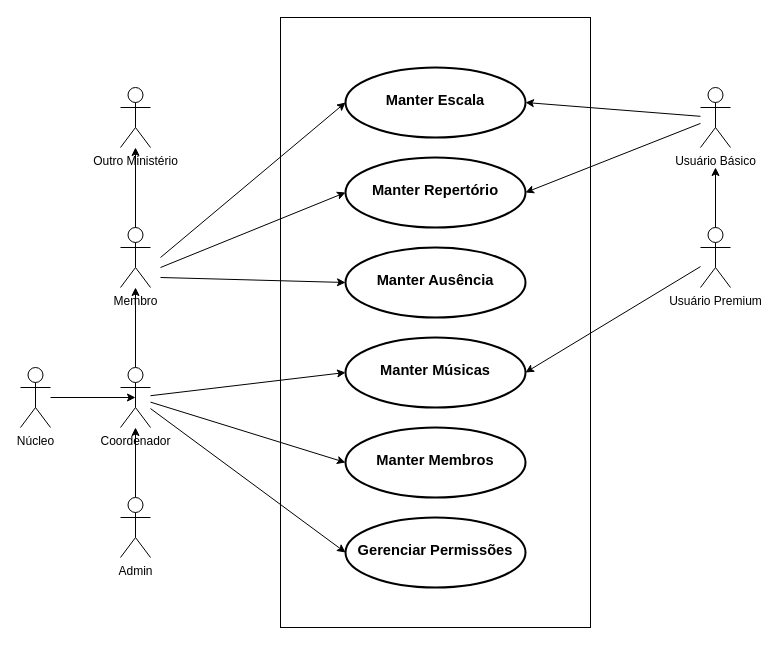
Before: page "Diag. Caso de Uso" (2 of 2) of Diagrama sem nome.drawio in dan-freire/escalamm, a draw.io diagram. Source tidied: cells renumbered, new cells numbered last; positions are measured from the earlier drawing's top-left corner, leaving out a move shared by most shapes. Both pictures are drawn from the tidied source at 100%, with x=0, y=0 at pixel (20, 17).
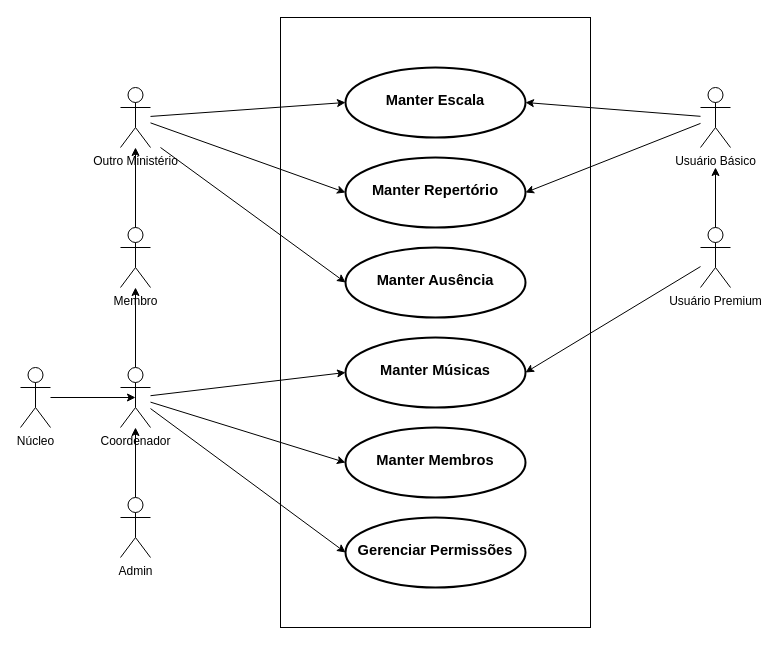
After the change.

Commit message:
Diagrama de casos de uso

Unchanged cells that the change refers to:
```xml
<mxCell id="4" value="Outro Ministério" style="shape=umlActor;verticalLabelPosition=bottom;verticalAlign=top;html=1;" parent="1" vertex="1">
  <mxGeometry x="100" y="70" width="30" height="60" as="geometry" />
</mxCell>
<mxCell id="5" value="&lt;div&gt;&lt;span&gt;&lt;span style=&quot;font-size: 11pt; font-family: Arial, sans-serif; background-color: transparent; font-variant-numeric: normal; font-variant-east-asian: normal; font-variant-alternates: normal; font-variant-position: normal; vertical-align: baseline; white-space-collapse: preserve;&quot;&gt;&lt;b&gt;&lt;br&gt;&lt;/b&gt;&lt;/span&gt;&lt;/span&gt;&lt;/div&gt;&lt;span id=&quot;docs-internal-guid-4b283a77-7fff-520f-def3-82d6183e8cb3&quot;&gt;&lt;span style=&quot;font-size: 11pt; font-family: Arial, sans-serif; background-color: transparent; font-variant-numeric: normal; font-variant-east-asian: normal; font-variant-alternates: normal; font-variant-position: normal; vertical-align: baseline; white-space-collapse: preserve;&quot;&gt;&lt;b&gt;Manter Escala&lt;/b&gt;&lt;/span&gt;&lt;/span&gt;" style="strokeWidth=2;html=1;shape=mxgraph.flowchart.start_1;whiteSpace=wrap;strokeColor=default;align=center;verticalAlign=top;fontFamily=Helvetica;fontSize=12;fontColor=default;fillColor=default;" parent="1" vertex="1">
  <mxGeometry x="325" y="50" width="180" height="70" as="geometry" />
</mxCell>
<mxCell id="6" value="&lt;div&gt;&lt;span&gt;&lt;span style=&quot;font-size: 11pt; font-family: Arial, sans-serif; background-color: transparent; font-variant-numeric: normal; font-variant-east-asian: normal; font-variant-alternates: normal; font-variant-position: normal; vertical-align: baseline; white-space-collapse: preserve;&quot;&gt;&lt;b&gt;&lt;br&gt;&lt;/b&gt;&lt;/span&gt;&lt;/span&gt;&lt;/div&gt;&lt;span id=&quot;docs-internal-guid-4afa85d8-7fff-9e2a-b5e1-b76f4b0d9026&quot;&gt;&lt;span style=&quot;font-size: 11pt; font-family: Arial, sans-serif; background-color: transparent; font-variant-numeric: normal; font-variant-east-asian: normal; font-variant-alternates: normal; font-variant-position: normal; vertical-align: baseline; white-space-collapse: preserve;&quot;&gt;&lt;b&gt;Manter Repertório&lt;/b&gt;&lt;/span&gt;&lt;/span&gt;" style="strokeWidth=2;html=1;shape=mxgraph.flowchart.start_1;whiteSpace=wrap;strokeColor=default;align=center;verticalAlign=top;fontFamily=Helvetica;fontSize=12;fontColor=default;fillColor=default;" parent="1" vertex="1">
  <mxGeometry x="325" y="140" width="180" height="70" as="geometry" />
</mxCell>
<mxCell id="7" value="&lt;div&gt;&lt;span&gt;&lt;span style=&quot;font-size: 11pt; font-family: Arial, sans-serif; background-color: transparent; font-variant-numeric: normal; font-variant-east-asian: normal; font-variant-alternates: normal; font-variant-position: normal; vertical-align: baseline; white-space-collapse: preserve;&quot;&gt;&lt;br&gt;&lt;/span&gt;&lt;/span&gt;&lt;/div&gt;&lt;span id=&quot;docs-internal-guid-e95da2e6-7fff-0710-e30e-2d97cab7f2db&quot;&gt;&lt;span style=&quot;font-size: 11pt; font-family: Arial, sans-serif; background-color: transparent; font-variant-numeric: normal; font-variant-east-asian: normal; font-variant-alternates: normal; font-variant-position: normal; vertical-align: baseline; white-space-collapse: preserve;&quot;&gt;&lt;b&gt;Manter Ausência&lt;/b&gt;&lt;/span&gt;&lt;/span&gt;" style="strokeWidth=2;html=1;shape=mxgraph.flowchart.start_1;whiteSpace=wrap;strokeColor=default;align=center;verticalAlign=top;fontFamily=Helvetica;fontSize=12;fontColor=default;fillColor=default;" parent="1" vertex="1">
  <mxGeometry x="325" y="230" width="180" height="70" as="geometry" />
</mxCell>
```

Change to the diagram source:
```diff
@@
-    <mxCell id="3" style="edgeStyle=none;rounded=0;jettySize=auto;html=1;fontFamily=Helvetica;fontSize=12;fontColor=default;entryX=0;entryY=0.5;entryDx=0;entryDy=0;entryPerimeter=0;" parent="1" edge="1" target="5">
-      <mxGeometry relative="1" as="geometry">
-        <mxPoint x="140" y="240" as="sourcePoint" />
-      </mxGeometry>
+    <mxCell id="3" style="edgeStyle=none;rounded=0;jettySize=auto;html=1;fontFamily=Helvetica;fontSize=12;fontColor=default;entryX=0;entryY=0.5;entryDx=0;entryDy=0;entryPerimeter=0;" parent="1" edge="1" source="4" target="5">
+      <mxGeometry relative="1" as="geometry" />
     </mxCell>
@@
-    <mxCell id="19" style="edgeStyle=none;rounded=0;jettySize=auto;html=1;entryX=0;entryY=0.5;entryDx=0;entryDy=0;entryPerimeter=0;fontFamily=Helvetica;fontSize=12;fontColor=default;" parent="1" edge="1" target="6">
-      <mxGeometry relative="1" as="geometry">
-        <mxPoint x="140" y="250" as="sourcePoint" />
-      </mxGeometry>
+    <mxCell id="19" style="edgeStyle=none;rounded=0;jettySize=auto;html=1;entryX=0;entryY=0.5;entryDx=0;entryDy=0;entryPerimeter=0;fontFamily=Helvetica;fontSize=12;fontColor=default;" parent="1" edge="1" source="4" target="6">
+      <mxGeometry relative="1" as="geometry" />
     </mxCell>
     <mxCell id="20" style="edgeStyle=none;rounded=0;jettySize=auto;html=1;entryX=0;entryY=0.5;entryDx=0;entryDy=0;entryPerimeter=0;fontFamily=Helvetica;fontSize=12;fontColor=default;" parent="1" edge="1" target="7">
       <mxGeometry relative="1" as="geometry">
-        <mxPoint x="140" y="260" as="sourcePoint" />
+        <mxPoint x="140" y="130" as="sourcePoint" />
       </mxGeometry>
     </mxCell>
```
